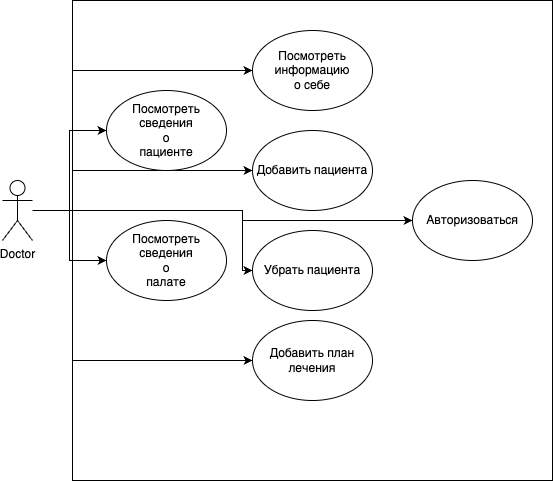
xanderkov/ics7-web keeps this draw.io diagram as lab-01/assets/use-case.drawio.png. Above is the earlier version. Source tidied: cells renumbered, new cells last; positions are measured from the earlier drawing's top-left corner, leaving out a move shared by most shapes. Its diagram source:
```xml
<mxGraphModel>
  <root>
    <mxCell id="0" />
    <mxCell id="1" parent="0" />
    <mxCell id="2" style="edgeStyle=orthogonalEdgeStyle;rounded=0;jettySize=auto;html=1;entryX=0;entryY=0.5;entryDx=0;entryDy=0;" parent="1" edge="1" source="9" target="15">
      <mxGeometry relative="1" as="geometry" />
    </mxCell>
    <mxCell id="3" style="edgeStyle=orthogonalEdgeStyle;rounded=0;jettySize=auto;html=1;entryX=0;entryY=0.5;entryDx=0;entryDy=0;" parent="1" edge="1" source="9" target="16">
      <mxGeometry relative="1" as="geometry" />
    </mxCell>
    <mxCell id="4" style="edgeStyle=orthogonalEdgeStyle;rounded=0;jettySize=auto;html=1;entryX=0;entryY=0.5;entryDx=0;entryDy=0;" parent="1" edge="1" source="9" target="11">
      <mxGeometry relative="1" as="geometry">
        <Array as="points">
          <mxPoint x="70" y="210" />
          <mxPoint x="70" y="70" />
        </Array>
      </mxGeometry>
    </mxCell>
    <mxCell id="5" style="edgeStyle=orthogonalEdgeStyle;rounded=0;jettySize=auto;html=1;entryX=0;entryY=0.5;entryDx=0;entryDy=0;" parent="1" edge="1" source="9" target="12">
      <mxGeometry relative="1" as="geometry">
        <Array as="points">
          <mxPoint x="70" y="210" />
          <mxPoint x="70" y="170" />
        </Array>
      </mxGeometry>
    </mxCell>
    <mxCell id="6" style="edgeStyle=orthogonalEdgeStyle;rounded=0;jettySize=auto;html=1;entryX=0;entryY=0.5;entryDx=0;entryDy=0;" parent="1" edge="1" source="9" target="13">
      <mxGeometry relative="1" as="geometry">
        <Array as="points">
          <mxPoint x="240" y="210" />
          <mxPoint x="240" y="270" />
        </Array>
      </mxGeometry>
    </mxCell>
    <mxCell id="7" style="edgeStyle=orthogonalEdgeStyle;rounded=0;jettySize=auto;html=1;entryX=0;entryY=0.5;entryDx=0;entryDy=0;" parent="1" edge="1" source="9" target="14">
      <mxGeometry relative="1" as="geometry">
        <Array as="points">
          <mxPoint x="70" y="210" />
          <mxPoint x="70" y="360" />
        </Array>
      </mxGeometry>
    </mxCell>
    <mxCell id="8" style="edgeStyle=orthogonalEdgeStyle;rounded=0;jettySize=auto;html=1;entryX=0;entryY=0.5;entryDx=0;entryDy=0;" parent="1" edge="1" source="9" target="17">
      <mxGeometry relative="1" as="geometry">
        <Array as="points">
          <mxPoint x="240" y="210" />
          <mxPoint x="240" y="220" />
        </Array>
      </mxGeometry>
    </mxCell>
    <mxCell id="9" value="Doctor" style="shape=umlActor;verticalLabelPosition=bottom;verticalAlign=top;html=1;outlineConnect=0;" parent="1" vertex="1">
      <mxGeometry y="180" width="30" height="60" as="geometry" />
    </mxCell>
    <mxCell id="10" style="whiteSpace=wrap;html=1;glass=0;rounded=0;gradientColor=none;fillColor=none;" parent="1" vertex="1">
      <mxGeometry x="70" width="480" height="480" as="geometry" />
    </mxCell>
    <mxCell id="11" value="Посмотреть &lt;br&gt;информацию&lt;br&gt;о себе" style="ellipse;whiteSpace=wrap;html=1;" parent="1" vertex="1">
      <mxGeometry x="250" y="30" width="120" height="80" as="geometry" />
    </mxCell>
    <mxCell id="12" value="Добавить пациента" style="ellipse;whiteSpace=wrap;html=1;" parent="1" vertex="1">
      <mxGeometry x="250" y="130" width="120" height="80" as="geometry" />
    </mxCell>
    <mxCell id="13" value="Убрать пациента" style="ellipse;whiteSpace=wrap;html=1;" parent="1" vertex="1">
      <mxGeometry x="250" y="230" width="120" height="80" as="geometry" />
    </mxCell>
    <mxCell id="14" value="Добавить план&lt;br&gt;лечения" style="ellipse;whiteSpace=wrap;html=1;" parent="1" vertex="1">
      <mxGeometry x="250" y="320" width="120" height="80" as="geometry" />
    </mxCell>
    <mxCell id="15" value="Посмотреть&lt;br&gt;сведения&lt;br&gt;о&lt;br&gt;пациенте" style="ellipse;whiteSpace=wrap;html=1;" parent="1" vertex="1">
      <mxGeometry x="104" y="90" width="120" height="80" as="geometry" />
    </mxCell>
    <mxCell id="16" value="Посмотреть&lt;br&gt;сведения&lt;br&gt;о&lt;br&gt;палате" style="ellipse;whiteSpace=wrap;html=1;" parent="1" vertex="1">
      <mxGeometry x="104" y="220" width="120" height="80" as="geometry" />
    </mxCell>
    <mxCell id="17" value="Авторизоваться" style="ellipse;whiteSpace=wrap;html=1;" parent="1" vertex="1">
      <mxGeometry x="410" y="180" width="120" height="80" as="geometry" />
    </mxCell>
  </root>
</mxGraphModel>
```
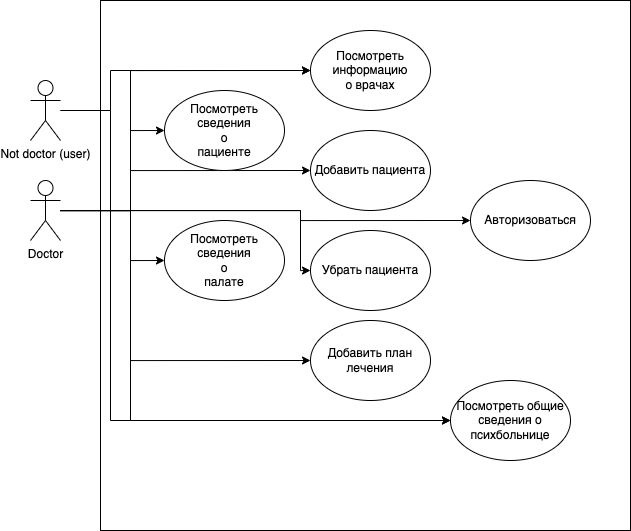
Later version of the same file.

Commit message:
Use-case changed

What changed in the source:
```diff
@@ -2,11 +2,24 @@
   <root>
     <mxCell id="0" />
     <mxCell id="1" parent="0" />
+    <mxCell id="10" style="whiteSpace=wrap;html=1;glass=0;rounded=0;gradientColor=none;fillColor=none;" parent="1" vertex="1">
+      <mxGeometry x="40" width="530" height="530" as="geometry" />
+    </mxCell>
     <mxCell id="2" style="edgeStyle=orthogonalEdgeStyle;rounded=0;jettySize=auto;html=1;entryX=0;entryY=0.5;entryDx=0;entryDy=0;" parent="1" edge="1" source="9" target="15">
-      <mxGeometry relative="1" as="geometry" />
+      <mxGeometry relative="1" as="geometry">
+        <Array as="points">
+          <mxPoint x="70" y="210" />
+          <mxPoint x="70" y="130" />
+        </Array>
+      </mxGeometry>
     </mxCell>
     <mxCell id="3" style="edgeStyle=orthogonalEdgeStyle;rounded=0;jettySize=auto;html=1;entryX=0;entryY=0.5;entryDx=0;entryDy=0;" parent="1" edge="1" source="9" target="16">
-      <mxGeometry relative="1" as="geometry" />
+      <mxGeometry relative="1" as="geometry">
+        <Array as="points">
+          <mxPoint x="70" y="210" />
+          <mxPoint x="70" y="260" />
+        </Array>
+      </mxGeometry>
     </mxCell>
     <mxCell id="4" style="edgeStyle=orthogonalEdgeStyle;rounded=0;jettySize=auto;html=1;entryX=0;entryY=0.5;entryDx=0;entryDy=0;" parent="1" edge="1" source="9" target="11">
       <mxGeometry relative="1" as="geometry">
@@ -48,13 +61,18 @@
         </Array>
       </mxGeometry>
     </mxCell>
+    <mxCell id="18" style="edgeStyle=none;rounded=0;html=1;entryX=0;entryY=0.5;entryDx=0;entryDy=0;" parent="1" edge="1" source="9" target="22">
+      <mxGeometry relative="1" as="geometry">
+        <Array as="points">
+          <mxPoint x="70" y="210" />
+          <mxPoint x="70" y="420" />
+        </Array>
+      </mxGeometry>
+    </mxCell>
     <mxCell id="9" value="Doctor" style="shape=umlActor;verticalLabelPosition=bottom;verticalAlign=top;html=1;outlineConnect=0;" parent="1" vertex="1">
-      <mxGeometry y="180" width="30" height="60" as="geometry" />
+      <mxGeometry x="-30" y="180" width="30" height="60" as="geometry" />
     </mxCell>
-    <mxCell id="10" style="whiteSpace=wrap;html=1;glass=0;rounded=0;gradientColor=none;fillColor=none;" parent="1" vertex="1">
-      <mxGeometry x="70" width="480" height="480" as="geometry" />
-    </mxCell>
-    <mxCell id="11" value="Посмотреть &lt;br&gt;информацию&lt;br&gt;о себе" style="ellipse;whiteSpace=wrap;html=1;" parent="1" vertex="1">
+    <mxCell id="11" value="Посмотреть &lt;br&gt;информацию&lt;br&gt;о врачах" style="ellipse;whiteSpace=wrap;html=1;" parent="1" vertex="1">
       <mxGeometry x="250" y="30" width="120" height="80" as="geometry" />
     </mxCell>
     <mxCell id="12" value="Добавить пациента" style="ellipse;whiteSpace=wrap;html=1;" parent="1" vertex="1">
@@ -75,5 +93,27 @@
     <mxCell id="17" value="Авторизоваться" style="ellipse;whiteSpace=wrap;html=1;" parent="1" vertex="1">
       <mxGeometry x="410" y="180" width="120" height="80" as="geometry" />
     </mxCell>
+    <mxCell id="19" style="edgeStyle=none;html=1;entryX=0;entryY=0.5;entryDx=0;entryDy=0;rounded=0;" parent="1" edge="1" source="21" target="11">
+      <mxGeometry relative="1" as="geometry">
+        <Array as="points">
+          <mxPoint x="50" y="110" />
+          <mxPoint x="50" y="70" />
+        </Array>
+      </mxGeometry>
+    </mxCell>
+    <mxCell id="20" style="edgeStyle=none;rounded=0;html=1;entryX=0;entryY=0.5;entryDx=0;entryDy=0;" parent="1" edge="1" source="21" target="22">
+      <mxGeometry relative="1" as="geometry">
+        <Array as="points">
+          <mxPoint x="50" y="110" />
+          <mxPoint x="50" y="420" />
+        </Array>
+      </mxGeometry>
+    </mxCell>
+    <mxCell id="21" value="Not doctor (user)" style="shape=umlActor;verticalLabelPosition=bottom;verticalAlign=top;html=1;outlineConnect=0;" parent="1" vertex="1">
+      <mxGeometry x="-30" y="80" width="30" height="60" as="geometry" />
+    </mxCell>
+    <mxCell id="22" value="Посмотреть общие сведения о психбольнице" style="ellipse;whiteSpace=wrap;html=1;" parent="1" vertex="1">
+      <mxGeometry x="390" y="380" width="120" height="80" as="geometry" />
+    </mxCell>
   </root>
 </mxGraphModel>
```
